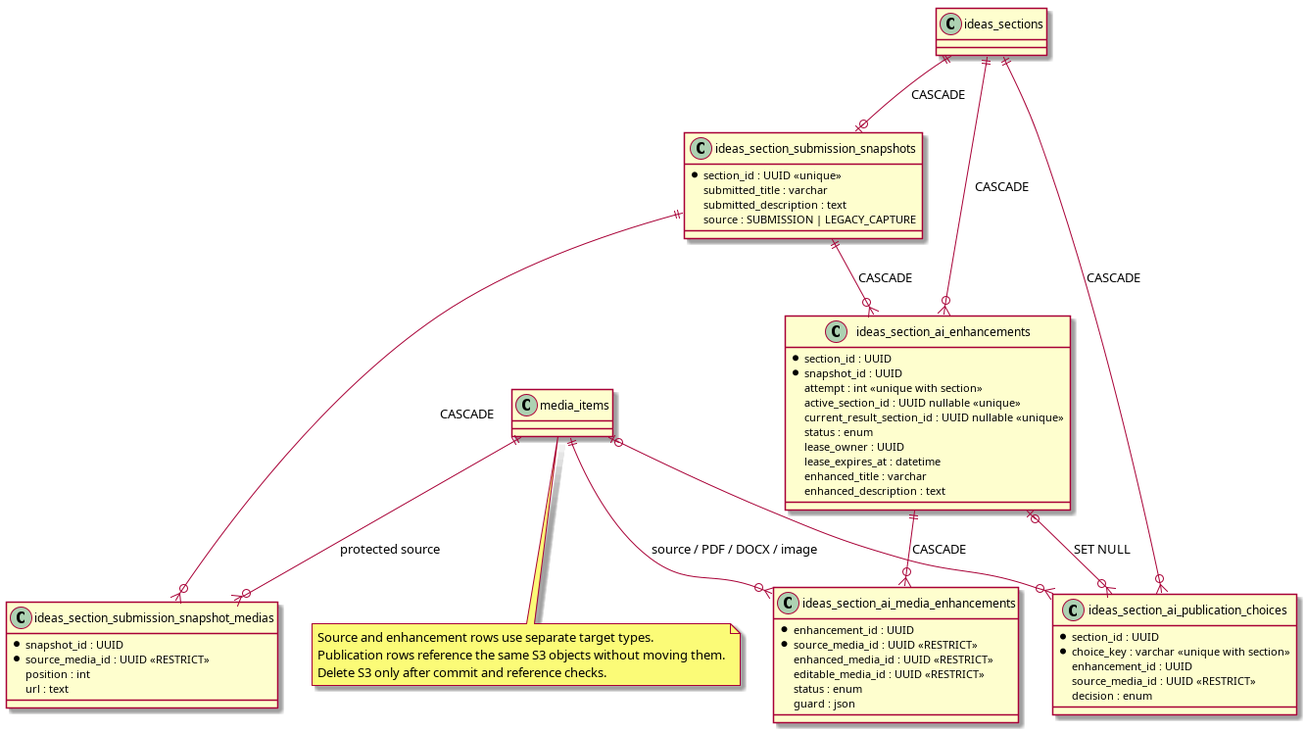
Above: docs/diagrams/database/ideas-section-ai.png in ministerioclubinhos/clubinhonib-api (PlantUML), before the change. Its source is kept beside it as docs/diagrams/database/ideas-section-ai.puml. The source it was exported from:
```plantuml
@startuml
class "ideas_sections" as section
class "media_items" as media
class "ideas_section_submission_snapshots" as snapshot {
  * section_id : UUID <<unique>>
  submitted_title : varchar
  submitted_description : text
  source : SUBMISSION | LEGACY_CAPTURE
}
class "ideas_section_submission_snapshot_medias" as source {
  * snapshot_id : UUID
  * source_media_id : UUID <<RESTRICT>>
  position : int
  url : text
}
class "ideas_section_ai_enhancements" as attempt {
  * section_id : UUID
  * snapshot_id : UUID
  attempt : int <<unique with section>>
  active_section_id : UUID nullable <<unique>>
  current_result_section_id : UUID nullable <<unique>>
  status : enum
  lease_owner : UUID
  lease_expires_at : datetime
  enhanced_title : varchar
  enhanced_description : text
}
class "ideas_section_ai_media_enhancements" as result {
  * enhancement_id : UUID
  * source_media_id : UUID <<RESTRICT>>
  enhanced_media_id : UUID <<RESTRICT>>
  editable_media_id : UUID <<RESTRICT>>
  status : enum
  guard : json
}
class "ideas_section_ai_publication_choices" as choice {
  * section_id : UUID
  * choice_key : varchar <<unique with section>>
  enhancement_id : UUID
  source_media_id : UUID <<RESTRICT>>
  decision : enum
}
section ||--o| snapshot : CASCADE
snapshot ||--o{ source : CASCADE
media ||--o{ source : protected source
section ||--o{ attempt : CASCADE
snapshot ||--o{ attempt : CASCADE
attempt ||--o{ result : CASCADE
media ||--o{ result : source / PDF / DOCX / image
section ||--o{ choice : CASCADE
attempt |o--o{ choice : SET NULL
media |o--o{ choice
note bottom of media
Source and enhancement rows use separate target types.
Publication rows reference the same S3 objects without moving them.
Delete S3 only after commit and reference checks.
end note
@enduml
```
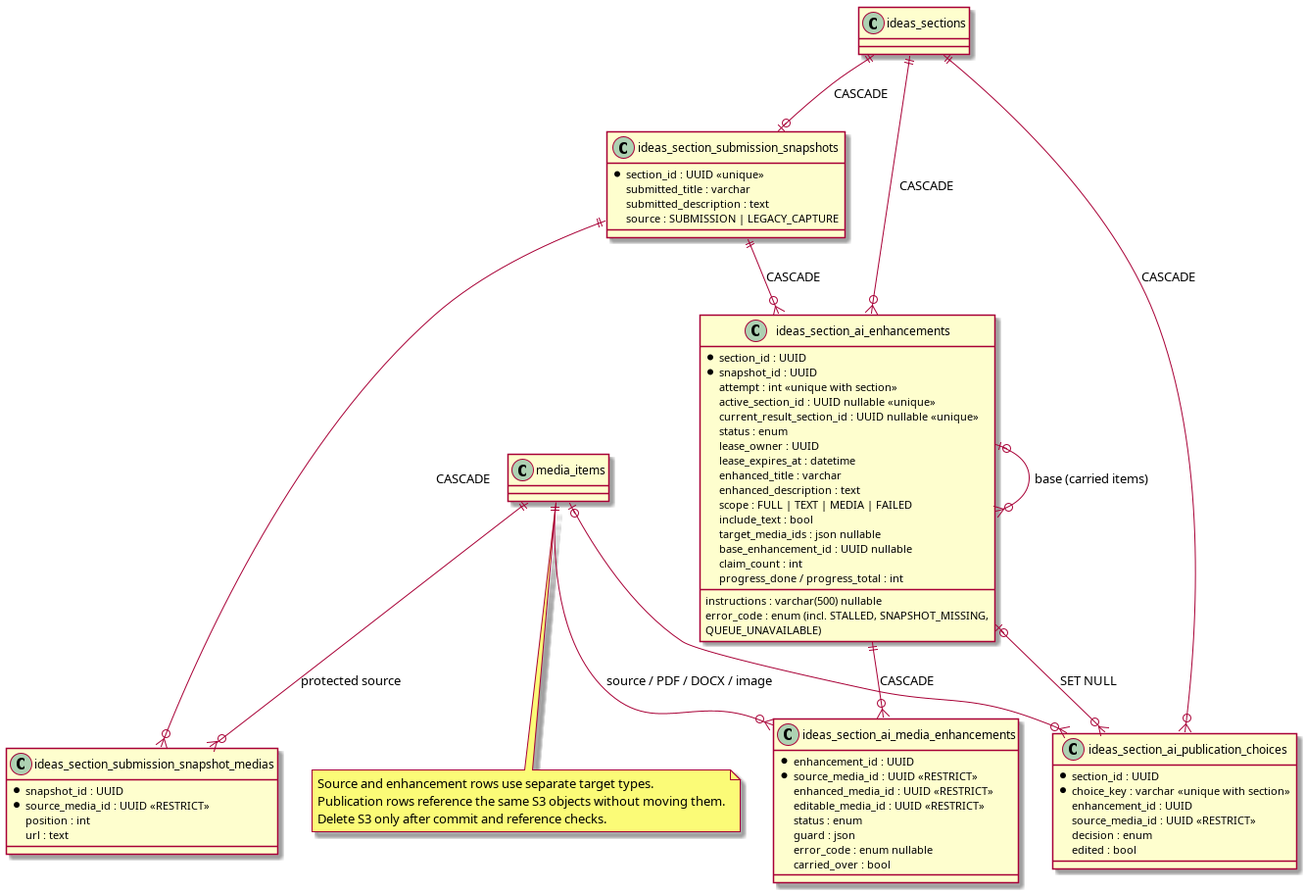
The same diagram one commit later.

Change to the diagram source:
```diff
@@ -24,6 +24,14 @@
   lease_expires_at : datetime
   enhanced_title : varchar
   enhanced_description : text
+  scope : FULL | TEXT | MEDIA | FAILED
+  include_text : bool
+  target_media_ids : json nullable
+  base_enhancement_id : UUID nullable
+  instructions : varchar(500) nullable
+  claim_count : int
+  progress_done / progress_total : int
+  error_code : enum (incl. STALLED, SNAPSHOT_MISSING,\nQUEUE_UNAVAILABLE)
 }
 class "ideas_section_ai_media_enhancements" as result {
   * enhancement_id : UUID
@@ -32,6 +40,8 @@
   editable_media_id : UUID <<RESTRICT>>
   status : enum
   guard : json
+  error_code : enum nullable
+  carried_over : bool
 }
 class "ideas_section_ai_publication_choices" as choice {
   * section_id : UUID
@@ -39,6 +49,7 @@
   enhancement_id : UUID
   source_media_id : UUID <<RESTRICT>>
   decision : enum
+  edited : bool
 }
 section ||--o| snapshot : CASCADE
 snapshot ||--o{ source : CASCADE
@@ -46,6 +57,7 @@
 section ||--o{ attempt : CASCADE
 snapshot ||--o{ attempt : CASCADE
 attempt ||--o{ result : CASCADE
+attempt |o--o{ attempt : base (carried items)
 media ||--o{ result : source / PDF / DOCX / image
 section ||--o{ choice : CASCADE
 attempt |o--o{ choice : SET NULL
```
